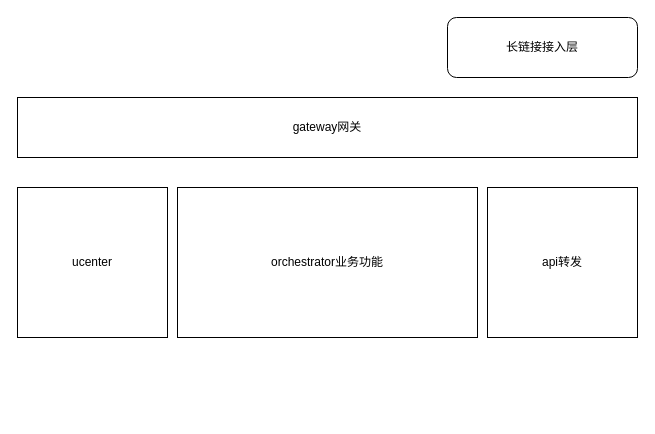
The draw.io diagram rpa_orchestrator项目结构图.drawio in sunhj000/draw, before the edit. Source tidied: cells renumbered, new cells numbered last; positions are measured from the earlier drawing's top-left corner, leaving out a move shared by most shapes. Both pictures are drawn from the tidied source at 100%, with x=0, y=0 at pixel (17, 17).
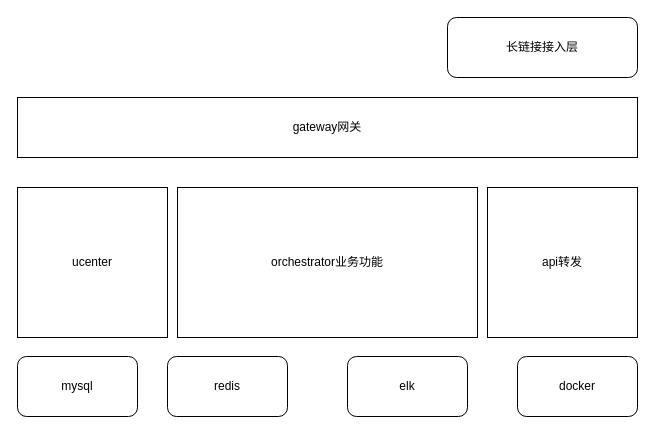
After the change.

Commit message:
Update rpa_orchestrator项目结构图.drawio

What changed in the source:
```diff
@@
 <mxGraphModel>
   <root>
     <mxCell id="0" />
     <mxCell id="1" parent="0" />
     <mxCell id="2" value="gateway网关&lt;br&gt;" style="rounded=0;whiteSpace=wrap;html=1;" parent="1" vertex="1">
       <mxGeometry y="80" width="620" height="60" as="geometry" />
     </mxCell>
     <mxCell id="3" value="ucenter&lt;br&gt;" style="whiteSpace=wrap;html=1;" parent="1" vertex="1">
       <mxGeometry y="170" width="150" height="150" as="geometry" />
     </mxCell>
     <mxCell id="4" value="orchestrator业务功能" style="rounded=0;whiteSpace=wrap;html=1;" parent="1" vertex="1">
       <mxGeometry x="160" y="170" width="300" height="150" as="geometry" />
     </mxCell>
     <mxCell id="5" value="api转发&lt;br&gt;" style="whiteSpace=wrap;html=1;" parent="1" vertex="1">
       <mxGeometry x="470" y="170" width="150" height="150" as="geometry" />
     </mxCell>
     <mxCell id="6" value="长链接接入层" style="rounded=1;whiteSpace=wrap;html=1;" parent="1" vertex="1">
       <mxGeometry x="430" width="190" height="60" as="geometry" />
     </mxCell>
+    <mxCell id="7" value="mysql" style="rounded=1;whiteSpace=wrap;html=1;" parent="1" vertex="1">
+      <mxGeometry y="339" width="120" height="60" as="geometry" />
+    </mxCell>
+    <mxCell id="8" value="redis" style="rounded=1;whiteSpace=wrap;html=1;" parent="1" vertex="1">
+      <mxGeometry x="150" y="339" width="120" height="60" as="geometry" />
+    </mxCell>
+    <mxCell id="9" value="docker" style="rounded=1;whiteSpace=wrap;html=1;" parent="1" vertex="1">
+      <mxGeometry x="500" y="339" width="120" height="60" as="geometry" />
+    </mxCell>
+    <mxCell id="10" value="elk" style="rounded=1;whiteSpace=wrap;html=1;" parent="1" vertex="1">
+      <mxGeometry x="330" y="339" width="120" height="60" as="geometry" />
+    </mxCell>
   </root>
 </mxGraphModel>
```
